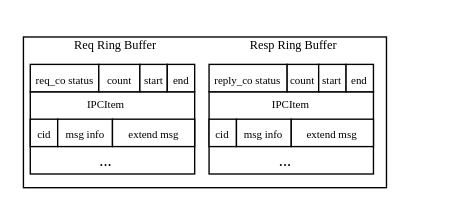
The draw.io diagram images/shared_buffer.drawio in oscourse-tsinghua/openingreport-ldhai2023, before the edit. Source tidied: cells renumbered, new cells numbered last; positions are measured from the earlier drawing's top-left corner, leaving out a move shared by most shapes. Both pictures are drawn from the tidied source at 137%, with x=0, y=0 at pixel (23, 22).
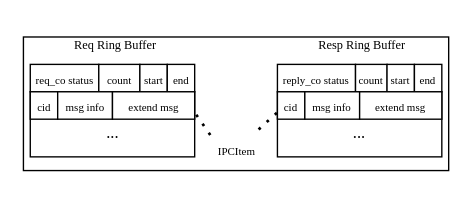
The same diagram, later.

Change to the diagram source:
```diff
@@
     <mxCell id="2" style="rounded=0;whiteSpace=wrap;html=1;" parent="1" vertex="1">
-      <mxGeometry x="-0.4" y="10.5" width="265" height="110" as="geometry" />
+      <mxGeometry x="-0.4" y="10.5" width="310.4" height="97.5" as="geometry" />
     </mxCell>
     <mxCell id="3" style="rounded=0;whiteSpace=wrap;html=1;" parent="1" vertex="1">
-      <mxGeometry x="4.6" y="50.5" width="120" height="60" as="geometry" />
+      <mxGeometry x="4.6" y="50.5" width="120" height="47.5" as="geometry" />
     </mxCell>
@@
     <mxCell id="8" value="&lt;font face=&quot;Times New Roman&quot; style=&quot;font-size: 8px;&quot;&gt;cid&lt;/font&gt;" style="rounded=0;whiteSpace=wrap;html=1;" parent="1" vertex="1">
-      <mxGeometry x="4.6" y="70.5" width="20" height="20" as="geometry" />
+      <mxGeometry x="4.6" y="50.5" width="20" height="20" as="geometry" />
     </mxCell>
     <mxCell id="9" value="&lt;font face=&quot;Times New Roman&quot; style=&quot;font-size: 8px;&quot;&gt;msg info&lt;/font&gt;" style="rounded=0;whiteSpace=wrap;html=1;" parent="1" vertex="1">
-      <mxGeometry x="24.6" y="70.5" width="40" height="20" as="geometry" />
+      <mxGeometry x="24.6" y="50.5" width="40" height="20" as="geometry" />
     </mxCell>
     <mxCell id="10" value="&lt;font style=&quot;font-size: 8px;&quot; face=&quot;Times New Roman&quot;&gt;extend msg&lt;/font&gt;" style="rounded=0;whiteSpace=wrap;html=1;" parent="1" vertex="1">
-      <mxGeometry x="64.6" y="70.5" width="60" height="20" as="geometry" />
+      <mxGeometry x="64.6" y="50.5" width="60" height="20" as="geometry" />
     </mxCell>
@@
-    <mxCell id="12" value="&lt;font style=&quot;font-size: 8px;&quot; face=&quot;Times New Roman&quot;&gt;IPCItem&lt;/font&gt;" style="text;html=1;align=center;verticalAlign=middle;whiteSpace=wrap;rounded=0;" parent="1" vertex="1">
-      <mxGeometry x="29.6" y="48" width="60" height="22.5" as="geometry" />
-    </mxCell>
     <mxCell id="13" value="&lt;font face=&quot;Times New Roman&quot;&gt;...&lt;/font&gt;" style="text;html=1;align=center;verticalAlign=middle;whiteSpace=wrap;rounded=0;" parent="1" vertex="1">
-      <mxGeometry x="30.1" y="90.5" width="60" height="20" as="geometry" />
+      <mxGeometry x="34.6" y="70.5" width="60" height="20" as="geometry" />
     </mxCell>
     <mxCell id="14" value="&lt;font style=&quot;font-size: 9px;&quot; face=&quot;Times New Roman&quot;&gt;Resp Ring Buffer&lt;/font&gt;" style="text;html=1;align=center;verticalAlign=middle;whiteSpace=wrap;rounded=0;" parent="1" vertex="1">
-      <mxGeometry x="152.3" y="0.5" width="90" height="30" as="geometry" />
+      <mxGeometry x="202.2" y="0.5" width="90" height="30" as="geometry" />
     </mxCell>
     <mxCell id="15" style="rounded=0;whiteSpace=wrap;html=1;" parent="1" vertex="1">
-      <mxGeometry x="135.1" y="50.5" width="120" height="60" as="geometry" />
+      <mxGeometry x="185" y="50.5" width="120" height="47.5" as="geometry" />
     </mxCell>
     <mxCell id="16" value="&lt;font face=&quot;Times New Roman&quot; style=&quot;font-size: 8px;&quot;&gt;reply_co status&lt;/font&gt;" style="rounded=0;whiteSpace=wrap;html=1;" parent="1" vertex="1">
-      <mxGeometry x="135.1" y="30.5" width="57" height="20" as="geometry" />
+      <mxGeometry x="185" y="30.5" width="57" height="20" as="geometry" />
     </mxCell>
     <mxCell id="17" value="&lt;span style=&quot;font-family: &amp;quot;Times New Roman&amp;quot;;&quot;&gt;&lt;font style=&quot;font-size: 8px;&quot;&gt;count&lt;/font&gt;&lt;/span&gt;" style="rounded=0;whiteSpace=wrap;html=1;" parent="1" vertex="1">
-      <mxGeometry x="192.1" y="30.5" width="23.1" height="20" as="geometry" />
+      <mxGeometry x="242" y="30.5" width="23.1" height="20" as="geometry" />
     </mxCell>
     <mxCell id="18" value="&lt;span style=&quot;font-family: &amp;quot;Times New Roman&amp;quot;;&quot;&gt;&lt;font style=&quot;font-size: 8px;&quot;&gt;start&lt;/font&gt;&lt;/span&gt;" style="rounded=0;whiteSpace=wrap;html=1;" parent="1" vertex="1">
-      <mxGeometry x="215.1" y="30.5" width="20" height="20" as="geometry" />
+      <mxGeometry x="265" y="30.5" width="20" height="20" as="geometry" />
     </mxCell>
     <mxCell id="19" value="&lt;font face=&quot;Times New Roman&quot; style=&quot;font-size: 8px;&quot;&gt;end&lt;/font&gt;" style="rounded=0;whiteSpace=wrap;html=1;" parent="1" vertex="1">
-      <mxGeometry x="235.1" y="30.5" width="20" height="20" as="geometry" />
+      <mxGeometry x="285" y="30.5" width="20" height="20" as="geometry" />
     </mxCell>
     <mxCell id="20" value="&lt;font face=&quot;Times New Roman&quot; style=&quot;font-size: 8px;&quot;&gt;cid&lt;/font&gt;" style="rounded=0;whiteSpace=wrap;html=1;" parent="1" vertex="1">
-      <mxGeometry x="135.1" y="70.5" width="20" height="20" as="geometry" />
+      <mxGeometry x="185" y="50.5" width="20" height="20" as="geometry" />
     </mxCell>
     <mxCell id="21" value="&lt;font face=&quot;Times New Roman&quot; style=&quot;font-size: 8px;&quot;&gt;msg info&lt;/font&gt;" style="rounded=0;whiteSpace=wrap;html=1;" parent="1" vertex="1">
-      <mxGeometry x="155.1" y="70.5" width="40" height="20" as="geometry" />
+      <mxGeometry x="205" y="50.5" width="40" height="20" as="geometry" />
     </mxCell>
     <mxCell id="22" value="&lt;font style=&quot;font-size: 8px;&quot; face=&quot;Times New Roman&quot;&gt;extend msg&lt;/font&gt;" style="rounded=0;whiteSpace=wrap;html=1;" parent="1" vertex="1">
-      <mxGeometry x="195.1" y="70.5" width="60" height="20" as="geometry" />
+      <mxGeometry x="245" y="50.5" width="60" height="20" as="geometry" />
     </mxCell>
     <mxCell id="23" value="&lt;font face=&quot;Times New Roman&quot;&gt;...&lt;/font&gt;" style="text;html=1;align=center;verticalAlign=middle;whiteSpace=wrap;rounded=0;" parent="1" vertex="1">
-      <mxGeometry x="160.7" y="90.5" width="60" height="20" as="geometry" />
+      <mxGeometry x="215" y="70.5" width="60" height="20" as="geometry" />
     </mxCell>
-    <mxCell id="24" value="&lt;font style=&quot;font-size: 8px;&quot; face=&quot;Times New Roman&quot;&gt;IPCItem&lt;/font&gt;" style="text;html=1;align=center;verticalAlign=middle;whiteSpace=wrap;rounded=0;" parent="1" vertex="1">
-      <mxGeometry x="165.1" y="48" width="60" height="22.5" as="geometry" />
-    </mxCell>
+    <mxCell id="25" value="&lt;font style=&quot;font-size: 8px;&quot; face=&quot;Times New Roman&quot;&gt;IPCItem&lt;/font&gt;" style="text;html=1;align=center;verticalAlign=middle;points=[];strokeColor=none;fillColor=none;" parent="1" vertex="1">
+      <mxGeometry x="129.8" y="78" width="50" height="30" as="geometry" />
+    </mxCell>
+    <mxCell id="26" style="endArrow=none;dashed=1;html=1;dashPattern=1 3;strokeWidth=2;rounded=0;entryX=0;entryY=0.75;entryDx=0;entryDy=0;" parent="1" edge="1" source="25" target="20">
+      <mxGeometry relative="1" as="geometry" />
+    </mxCell>
+    <mxCell id="27" style="endArrow=none;dashed=1;html=1;dashPattern=1 3;strokeWidth=2;rounded=0;entryX=1;entryY=0.75;entryDx=0;entryDy=0;" parent="1" edge="1" target="10">
+      <mxGeometry relative="1" as="geometry">
+        <mxPoint x="136" y="82" as="sourcePoint" />
+      </mxGeometry>
+    </mxCell>
```
